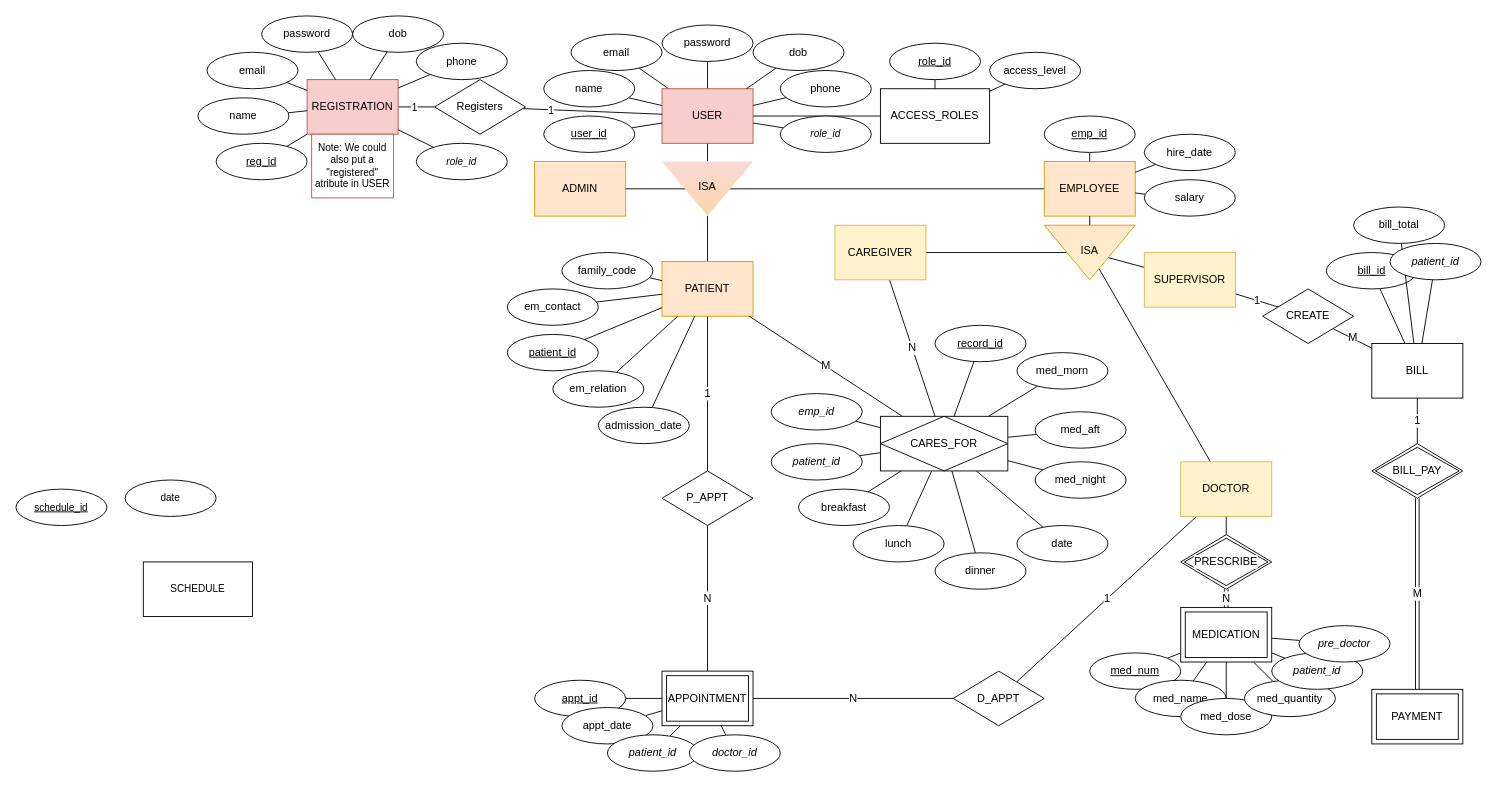
Before: ERD.drawio in emott13/aegis, a draw.io diagram. Source tidied: cells renumbered, new cells numbered last; positions are measured from the earlier drawing's top-left corner, leaving out a move shared by most shapes. Both pictures are drawn from the tidied source at 91%, with x=0, y=0 at pixel (15, 15).
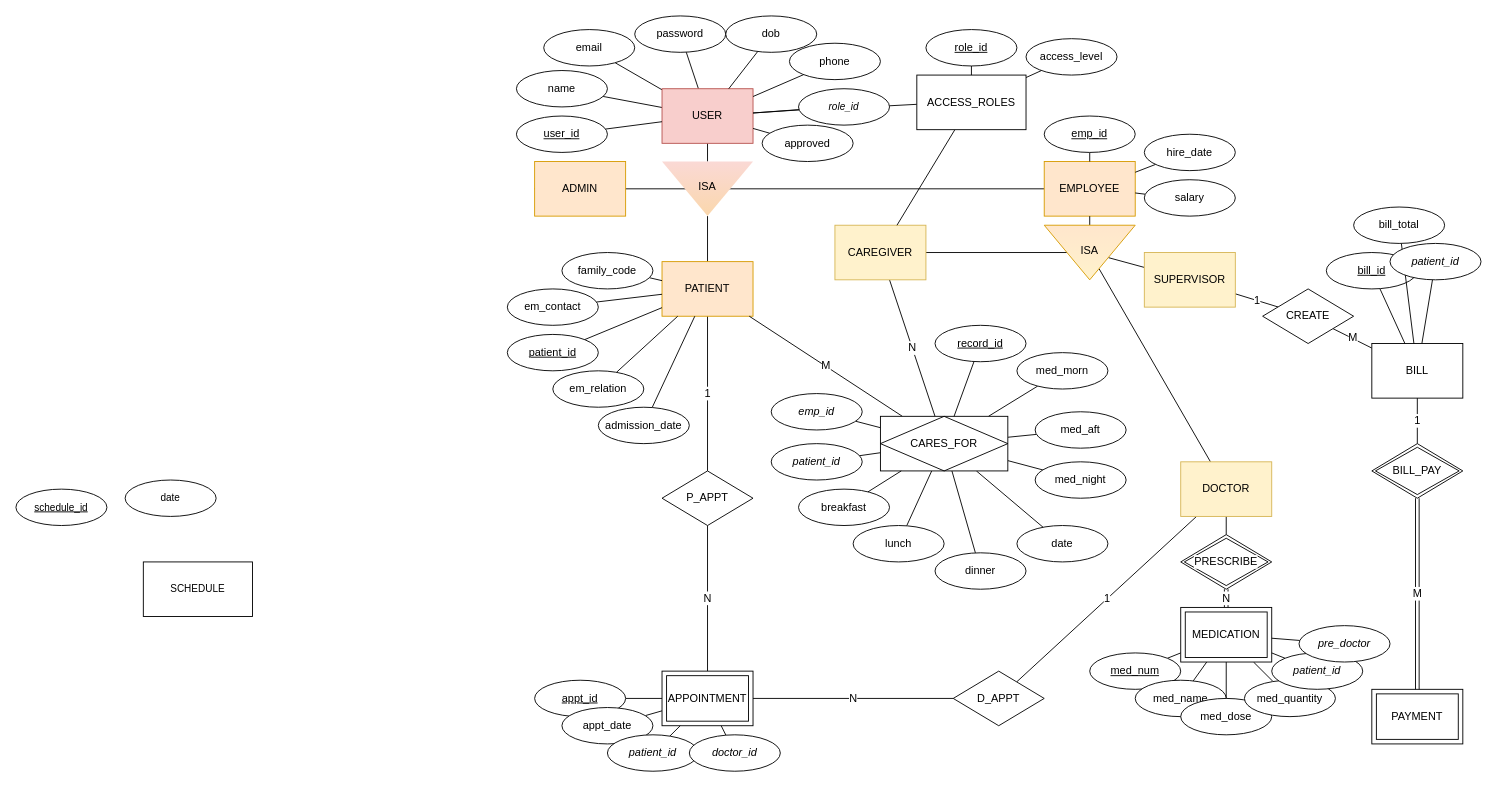
The same page after the edit.

Commit message:
Removed REGISTER and added an attribute 'approved' to USER

The change refers to these unchanged cells:
```xml
<mxCell id="7" value="USER" style="whiteSpace=wrap;html=1;align=center;fillColor=#f8cecc;strokeColor=#b85450;" parent="1" vertex="1">
  <mxGeometry x="710" y="80" width="100" height="60" as="geometry" />
</mxCell>
<mxCell id="23" value="CAREGIVER" style="whiteSpace=wrap;html=1;align=center;fillColor=#fff2cc;strokeColor=#d6b656;" parent="1" vertex="1">
  <mxGeometry x="900" y="230" width="100" height="60" as="geometry" />
</mxCell>
```

Change to the diagram source:
```diff
@@
-    <mxCell id="6" style="edgeStyle=none;shape=connector;rounded=1;html=1;strokeColor=default;align=center;verticalAlign=middle;fontFamily=Helvetica;fontSize=11;fontColor=default;labelBackgroundColor=default;endArrow=none;endFill=0;" parent="1" edge="1" source="7" target="108">
+    <mxCell id="6" style="edgeStyle=none;shape=connector;rounded=1;html=1;strokeColor=default;align=center;verticalAlign=middle;fontFamily=Helvetica;fontSize=11;fontColor=default;labelBackgroundColor=default;endArrow=none;endFill=0;" parent="1" edge="1" source="122" target="108">
       <mxGeometry relative="1" as="geometry" />
     </mxCell>
@@
     <mxCell id="48" value="user_id" style="ellipse;whiteSpace=wrap;html=1;align=center;strokeColor=default;verticalAlign=middle;fontFamily=Helvetica;fontSize=12;fontColor=default;labelBackgroundColor=default;fillColor=default;fontStyle=4;" parent="1" vertex="1">
-      <mxGeometry x="580" y="110" width="100" height="40" as="geometry" />
+      <mxGeometry x="550" y="110" width="100" height="40" as="geometry" />
     </mxCell>
     <mxCell id="49" value="name" style="ellipse;whiteSpace=wrap;html=1;align=center;strokeColor=default;verticalAlign=middle;fontFamily=Helvetica;fontSize=12;fontColor=default;labelBackgroundColor=default;fillColor=default;" parent="1" vertex="1">
-      <mxGeometry x="580" y="60" width="100" height="40" as="geometry" />
+      <mxGeometry x="550" y="60" width="100" height="40" as="geometry" />
     </mxCell>
     <mxCell id="50" value="email" style="ellipse;whiteSpace=wrap;html=1;align=center;strokeColor=default;verticalAlign=middle;fontFamily=Helvetica;fontSize=12;fontColor=default;labelBackgroundColor=default;fillColor=default;" parent="1" vertex="1">
-      <mxGeometry x="610" y="20" width="100" height="40" as="geometry" />
+      <mxGeometry x="580" y="15" width="100" height="40" as="geometry" />
     </mxCell>
     <mxCell id="51" value="password" style="ellipse;whiteSpace=wrap;html=1;align=center;strokeColor=default;verticalAlign=middle;fontFamily=Helvetica;fontSize=12;fontColor=default;labelBackgroundColor=default;fillColor=default;" parent="1" vertex="1">
-      <mxGeometry x="710" y="10" width="100" height="40" as="geometry" />
+      <mxGeometry x="680" width="100" height="40" as="geometry" />
     </mxCell>
@@
     <mxCell id="67" value="dob" style="ellipse;whiteSpace=wrap;html=1;align=center;strokeColor=default;verticalAlign=middle;fontFamily=Helvetica;fontSize=12;fontColor=default;labelBackgroundColor=default;fillColor=default;" parent="1" vertex="1">
-      <mxGeometry x="810" y="20" width="100" height="40" as="geometry" />
+      <mxGeometry x="780" width="100" height="40" as="geometry" />
     </mxCell>
@@
+    <mxCell id="149" style="edgeStyle=none;shape=connector;rounded=1;html=1;strokeColor=default;align=center;verticalAlign=middle;fontFamily=Helvetica;fontSize=11;fontColor=default;labelBackgroundColor=default;endArrow=none;endFill=0;" parent="1" edge="1" source="108" target="23">
+      <mxGeometry relative="1" as="geometry" />
+    </mxCell>
     <mxCell id="108" value="ACCESS_ROLES" style="rounded=0;whiteSpace=wrap;html=1;" parent="1" vertex="1">
-      <mxGeometry x="950" y="80" width="120" height="60" as="geometry" />
+      <mxGeometry x="990" y="65" width="120" height="60" as="geometry" />
     </mxCell>
@@
     <mxCell id="119" value="&lt;u&gt;role_id&lt;/u&gt;" style="ellipse;whiteSpace=wrap;html=1;align=center;" parent="1" vertex="1">
-      <mxGeometry x="960" y="30" width="100" height="40" as="geometry" />
+      <mxGeometry x="1000" y="15" width="100" height="40" as="geometry" />
     </mxCell>
     <mxCell id="120" value="access_level" style="ellipse;whiteSpace=wrap;html=1;align=center;" parent="1" vertex="1">
-      <mxGeometry x="1070" y="40" width="100" height="40" as="geometry" />
+      <mxGeometry x="1110" y="25" width="100" height="40" as="geometry" />
     </mxCell>
@@
-    <mxCell id="122" value="&lt;i&gt;role_id&lt;/i&gt;" style="ellipse;whiteSpace=wrap;html=1;align=center;fontFamily=Helvetica;fontSize=11;fontColor=default;labelBackgroundColor=default;" parent="1" vertex="1">
-      <mxGeometry x="840" y="110" width="100" height="40" as="geometry" />
-    </mxCell>
@@
     <mxCell id="126" value="phone" style="ellipse;whiteSpace=wrap;html=1;align=center;strokeColor=default;verticalAlign=middle;fontFamily=Helvetica;fontSize=12;fontColor=default;labelBackgroundColor=default;fillColor=default;" parent="1" vertex="1">
-      <mxGeometry x="840" y="60" width="100" height="40" as="geometry" />
+      <mxGeometry x="850" y="30" width="100" height="40" as="geometry" />
     </mxCell>
-    <mxCell id="127" style="edgeStyle=none;shape=connector;rounded=1;html=1;strokeColor=default;align=center;verticalAlign=middle;fontFamily=Helvetica;fontSize=11;fontColor=default;labelBackgroundColor=default;endArrow=none;endFill=0;" parent="1" edge="1" source="131" target="7">
-      <mxGeometry relative="1" as="geometry" />
-    </mxCell>
-    <mxCell id="128" value="1" style="edgeLabel;html=1;align=center;verticalAlign=middle;fontFamily=Helvetica;fontSize=11;fontColor=default;labelBackgroundColor=default;" parent="127" vertex="1">
-      <mxGeometry x="-0.59" relative="1" as="geometry" />
-    </mxCell>
-    <mxCell id="129" style="edgeStyle=none;shape=connector;rounded=1;html=1;strokeColor=default;align=center;verticalAlign=middle;fontFamily=Helvetica;fontSize=11;fontColor=default;labelBackgroundColor=default;endArrow=none;endFill=0;" parent="1" edge="1" source="131" target="133">
-      <mxGeometry relative="1" as="geometry" />
-    </mxCell>
-    <mxCell id="130" value="1" style="edgeLabel;html=1;align=center;verticalAlign=middle;fontFamily=Helvetica;fontSize=11;fontColor=default;labelBackgroundColor=default;" parent="129" vertex="1">
-      <mxGeometry x="0.16" relative="1" as="geometry" />
-    </mxCell>
-    <mxCell id="131" value="Registers" style="shape=rhombus;perimeter=rhombusPerimeter;whiteSpace=wrap;html=1;align=center;strokeColor=default;verticalAlign=middle;fontFamily=Helvetica;fontSize=12;fontColor=default;fillColor=default;" parent="1" vertex="1">
-      <mxGeometry x="460" y="70" width="100" height="60" as="geometry" />
-    </mxCell>
-    <mxCell id="132" style="group;labelBackgroundColor=none;" parent="1" vertex="1">
-      <mxGeometry x="320" y="70" width="100" height="130" as="geometry" />
-    </mxCell>
-    <mxCell id="133" value="REGISTRATION" style="whiteSpace=wrap;html=1;align=center;fillColor=#f8cecc;strokeColor=#b85450;" parent="132" vertex="1">
-      <mxGeometry width="100" height="60" as="geometry" />
-    </mxCell>
-    <mxCell id="134" value="&lt;span&gt;Note: We could also put a &quot;registered&quot; atribute in USER&lt;/span&gt;" style="text;html=1;align=center;verticalAlign=middle;whiteSpace=wrap;rounded=0;fontFamily=Helvetica;fontSize=11;labelBackgroundColor=none;fillColor=default;strokeColor=#b85450;" parent="132" vertex="1">
-      <mxGeometry x="5" y="60" width="90" height="70" as="geometry" />
-    </mxCell>
-    <mxCell id="135" style="edgeStyle=none;shape=connector;rounded=1;html=1;strokeColor=default;align=center;verticalAlign=middle;fontFamily=Helvetica;fontSize=11;fontColor=default;labelBackgroundColor=default;endArrow=none;endFill=0;" parent="1" edge="1" source="136" target="133">
-      <mxGeometry relative="1" as="geometry" />
-    </mxCell>
-    <mxCell id="136" value="reg_id" style="ellipse;whiteSpace=wrap;html=1;align=center;strokeColor=default;verticalAlign=middle;fontFamily=Helvetica;fontSize=12;fontColor=default;labelBackgroundColor=default;fillColor=default;fontStyle=4;" parent="1" vertex="1">
-      <mxGeometry x="220" y="140" width="100" height="40" as="geometry" />
-    </mxCell>
-    <mxCell id="137" style="edgeStyle=none;shape=connector;rounded=1;html=1;strokeColor=default;align=center;verticalAlign=middle;fontFamily=Helvetica;fontSize=11;fontColor=default;labelBackgroundColor=default;endArrow=none;endFill=0;" parent="1" edge="1" source="138" target="133">
-      <mxGeometry relative="1" as="geometry" />
-    </mxCell>
-    <mxCell id="138" value="name" style="ellipse;whiteSpace=wrap;html=1;align=center;strokeColor=default;verticalAlign=middle;fontFamily=Helvetica;fontSize=12;fontColor=default;labelBackgroundColor=default;fillColor=default;" parent="1" vertex="1">
-      <mxGeometry x="200" y="90" width="100" height="40" as="geometry" />
-    </mxCell>
-    <mxCell id="139" style="edgeStyle=none;shape=connector;rounded=1;html=1;strokeColor=default;align=center;verticalAlign=middle;fontFamily=Helvetica;fontSize=11;fontColor=default;labelBackgroundColor=default;endArrow=none;endFill=0;" parent="1" edge="1" source="140" target="133">
-      <mxGeometry relative="1" as="geometry" />
-    </mxCell>
-    <mxCell id="140" value="email" style="ellipse;whiteSpace=wrap;html=1;align=center;strokeColor=default;verticalAlign=middle;fontFamily=Helvetica;fontSize=12;fontColor=default;labelBackgroundColor=default;fillColor=default;" parent="1" vertex="1">
-      <mxGeometry x="210" y="40" width="100" height="40" as="geometry" />
-    </mxCell>
-    <mxCell id="141" style="edgeStyle=none;shape=connector;rounded=1;html=1;strokeColor=default;align=center;verticalAlign=middle;fontFamily=Helvetica;fontSize=11;fontColor=default;labelBackgroundColor=default;endArrow=none;endFill=0;" parent="1" edge="1" source="142" target="133">
-      <mxGeometry relative="1" as="geometry" />
-    </mxCell>
-    <mxCell id="142" value="password" style="ellipse;whiteSpace=wrap;html=1;align=center;strokeColor=default;verticalAlign=middle;fontFamily=Helvetica;fontSize=12;fontColor=default;labelBackgroundColor=default;fillColor=default;" parent="1" vertex="1">
-      <mxGeometry x="270" width="100" height="40" as="geometry" />
-    </mxCell>
-    <mxCell id="143" style="edgeStyle=none;shape=connector;rounded=1;html=1;strokeColor=default;align=center;verticalAlign=middle;fontFamily=Helvetica;fontSize=11;fontColor=default;labelBackgroundColor=default;endArrow=none;endFill=0;" parent="1" edge="1" source="144" target="133">
-      <mxGeometry relative="1" as="geometry" />
-    </mxCell>
-    <mxCell id="144" value="dob" style="ellipse;whiteSpace=wrap;html=1;align=center;strokeColor=default;verticalAlign=middle;fontFamily=Helvetica;fontSize=12;fontColor=default;labelBackgroundColor=default;fillColor=default;" parent="1" vertex="1">
-      <mxGeometry x="370" width="100" height="40" as="geometry" />
-    </mxCell>
-    <mxCell id="145" style="edgeStyle=none;shape=connector;rounded=1;html=1;strokeColor=default;align=center;verticalAlign=middle;fontFamily=Helvetica;fontSize=11;fontColor=default;labelBackgroundColor=default;endArrow=none;endFill=0;" parent="1" edge="1" source="146" target="133">
-      <mxGeometry relative="1" as="geometry" />
-    </mxCell>
-    <mxCell id="146" value="&lt;i&gt;role_id&lt;/i&gt;" style="ellipse;whiteSpace=wrap;html=1;align=center;fontFamily=Helvetica;fontSize=11;fontColor=default;labelBackgroundColor=default;" parent="1" vertex="1">
-      <mxGeometry x="440" y="140" width="100" height="40" as="geometry" />
-    </mxCell>
-    <mxCell id="147" style="edgeStyle=none;shape=connector;rounded=1;html=1;strokeColor=default;align=center;verticalAlign=middle;fontFamily=Helvetica;fontSize=11;fontColor=default;labelBackgroundColor=default;endArrow=none;endFill=0;" parent="1" edge="1" source="148" target="133">
-      <mxGeometry relative="1" as="geometry" />
-    </mxCell>
-    <mxCell id="148" value="phone" style="ellipse;whiteSpace=wrap;html=1;align=center;strokeColor=default;verticalAlign=middle;fontFamily=Helvetica;fontSize=12;fontColor=default;labelBackgroundColor=default;fillColor=default;" parent="1" vertex="1">
-      <mxGeometry x="440" y="30" width="100" height="40" as="geometry" />
-    </mxCell>
+    <mxCell id="150" style="html=1;endArrow=none;endFill=0;" parent="1" edge="1" source="151" target="7">
+      <mxGeometry relative="1" as="geometry" />
+    </mxCell>
+    <mxCell id="151" value="approved" style="ellipse;whiteSpace=wrap;html=1;align=center;strokeColor=default;verticalAlign=middle;fontFamily=Helvetica;fontSize=12;fontColor=default;labelBackgroundColor=default;fillColor=default;" parent="1" vertex="1">
+      <mxGeometry x="820" y="120" width="100" height="40" as="geometry" />
+    </mxCell>
+    <mxCell id="152" style="edgeStyle=none;shape=connector;rounded=1;html=1;strokeColor=default;align=center;verticalAlign=middle;fontFamily=Helvetica;fontSize=11;fontColor=default;labelBackgroundColor=default;endArrow=none;endFill=0;" parent="1" edge="1" source="7" target="122">
+      <mxGeometry relative="1" as="geometry" />
+    </mxCell>
+    <mxCell id="122" value="&lt;i&gt;role_id&lt;/i&gt;" style="ellipse;whiteSpace=wrap;html=1;align=center;fontFamily=Helvetica;fontSize=11;fontColor=default;labelBackgroundColor=default;" parent="1" vertex="1">
+      <mxGeometry x="860" y="80" width="100" height="40" as="geometry" />
+    </mxCell>
```
